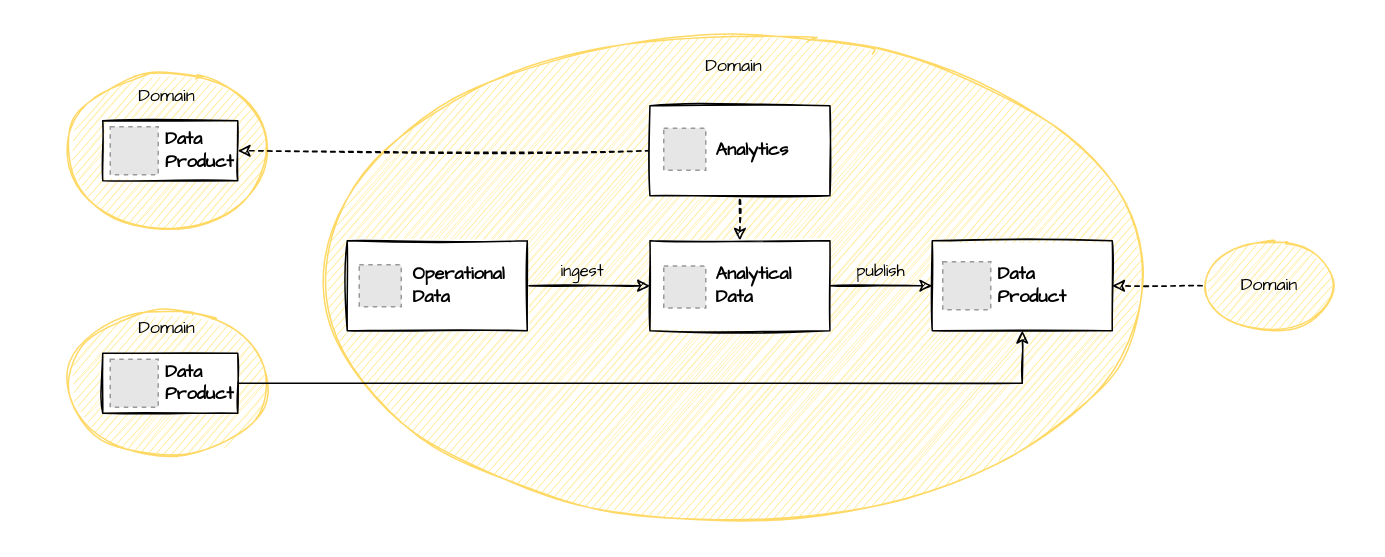
Earlier version of the draw.io diagram diagrams/domainteamjourney_level4.drawio (datamesh-architecture/datamesh-architecture.com). Source tidied: cells renumbered, new cells numbered last; positions are measured from the earlier drawing's top-left corner, leaving out a move shared by most shapes. Both pictures are drawn from the tidied source at 150%, with x=0, y=0 at pixel (26, 26). Pictures stored in the file or linked from it are replaced by grey dashed boxes.
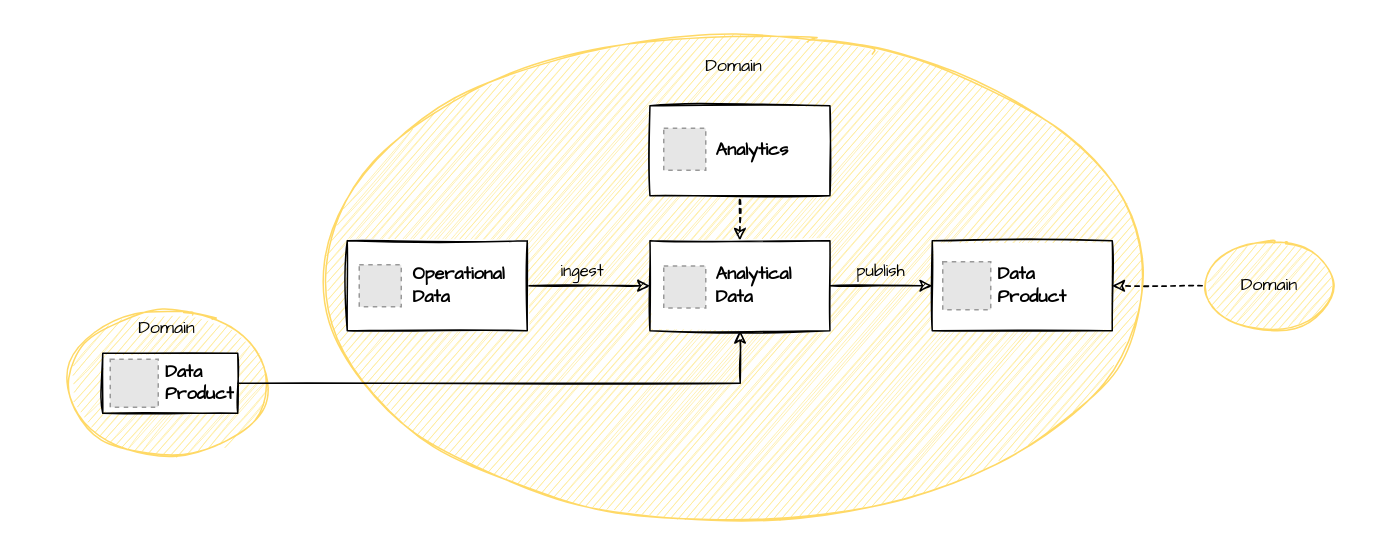
After the change.

Unchanged cells that the change refers to:
```xml
<mxCell id="7" value="Data&lt;br&gt;Product" style="rounded=0;whiteSpace=wrap;html=1;fontStyle=1;sketch=1;fontFamily=Architects Daughter;align=left;spacingLeft=42;" parent="1" vertex="1">
  <mxGeometry x="604" y="143" width="120" height="60" as="geometry" />
</mxCell>
<mxCell id="18" value="Analytics" style="rounded=0;whiteSpace=wrap;html=1;fontStyle=1;sketch=1;fontFamily=Architects Daughter;align=left;spacingLeft=42;" parent="17" vertex="1">
  <mxGeometry width="120" height="60" as="geometry" />
</mxCell>
<mxCell id="21" value="Analytical &lt;br&gt;Data" style="rounded=0;whiteSpace=wrap;html=1;fontStyle=1;sketch=1;fontFamily=Architects Daughter;align=left;spacingLeft=42;" parent="20" vertex="1">
  <mxGeometry width="120" height="60" as="geometry" />
</mxCell>
<mxCell id="27" value="Data Product" style="rounded=0;whiteSpace=wrap;html=1;fontStyle=1;sketch=1;fontFamily=Architects Daughter;spacingLeft=40;align=left;" parent="26" vertex="1">
  <mxGeometry width="90" height="40" as="geometry" />
</mxCell>
```

Change to the diagram source:
```diff
@@
-    <mxCell id="10" value="Domain" style="ellipse;whiteSpace=wrap;html=1;verticalAlign=top;sketch=1;fontFamily=Architects Daughter;strokeColor=#FFD966;fillColor=#FFEB99;" parent="1" vertex="1">
-      <mxGeometry x="24" y="33" width="140" height="100" as="geometry" />
-    </mxCell>
-    <mxCell id="11" style="rounded=0;jettySize=auto;html=1;startArrow=none;startFill=0;endArrow=classic;endFill=1;exitX=0;exitY=0.5;exitDx=0;exitDy=0;entryX=1;entryY=0.5;entryDx=0;entryDy=0;dashed=1;sketch=1;fontFamily=Architects Daughter;" parent="1" edge="1" source="18" target="30">
-      <mxGeometry relative="1" as="geometry" />
-    </mxCell>
@@
-    <mxCell id="13" style="rounded=0;jettySize=auto;html=1;entryX=1;entryY=0.5;entryDx=0;entryDy=0;startArrow=classic;startFill=1;endArrow=none;endFill=0;exitX=0.5;exitY=1;exitDx=0;exitDy=0;sketch=1;fontFamily=Architects Daughter;" parent="1" edge="1" source="7" target="27">
+    <mxCell id="13" style="rounded=0;jettySize=auto;html=1;entryX=1;entryY=0.5;entryDx=0;entryDy=0;startArrow=classic;startFill=1;endArrow=none;endFill=0;exitX=0.5;exitY=1;exitDx=0;exitDy=0;sketch=1;fontFamily=Architects Daughter;" parent="1" edge="1" source="21" target="27">
       <mxGeometry relative="1" as="geometry">
         <Array as="points">
-          <mxPoint x="664" y="238" />
+          <mxPoint x="476" y="238" />
         </Array>
       </mxGeometry>
     </mxCell>
@@
-    <mxCell id="29" style="group;" parent="1" vertex="1">
-      <mxGeometry x="51" y="63" width="90" height="40" as="geometry" />
-    </mxCell>
-    <mxCell id="30" value="Data Product" style="rounded=0;whiteSpace=wrap;html=1;fontStyle=1;sketch=1;fontFamily=Architects Daughter;spacingLeft=40;align=left;" parent="29" vertex="1">
-      <mxGeometry width="90" height="40" as="geometry" />
-    </mxCell>
-    <mxCell id="31" style="fillColor=#E6E6E6;strokeColor=#999999;dashed=1;verticalLabelPosition=bottom;labelBackgroundColor=#ffffff;verticalAlign=top;" parent="29" vertex="1">
-      <mxGeometry x="5" y="4" width="32" height="32" as="geometry" />
-    </mxCell>
```
